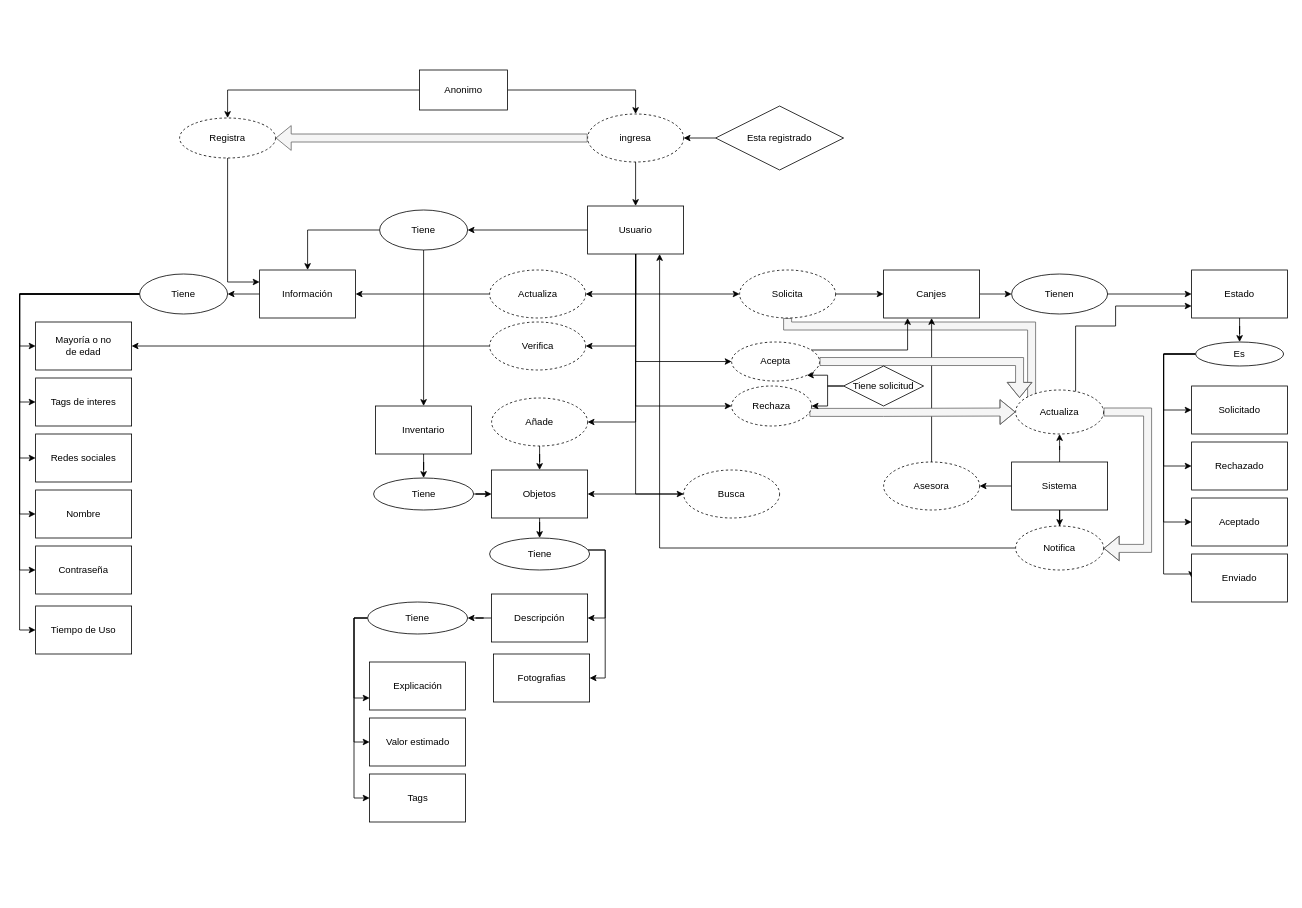
Before: Mapa-preconceptual.drawio in PabloRestrepo01/GreenLace, a draw.io diagram. Source tidied: cells renumbered, new cells numbered last; positions are measured from the earlier drawing's top-left corner, leaving out a move shared by most shapes. Both pictures are drawn from the tidied source at 80%, with x=0, y=0 at pixel (35, 70).
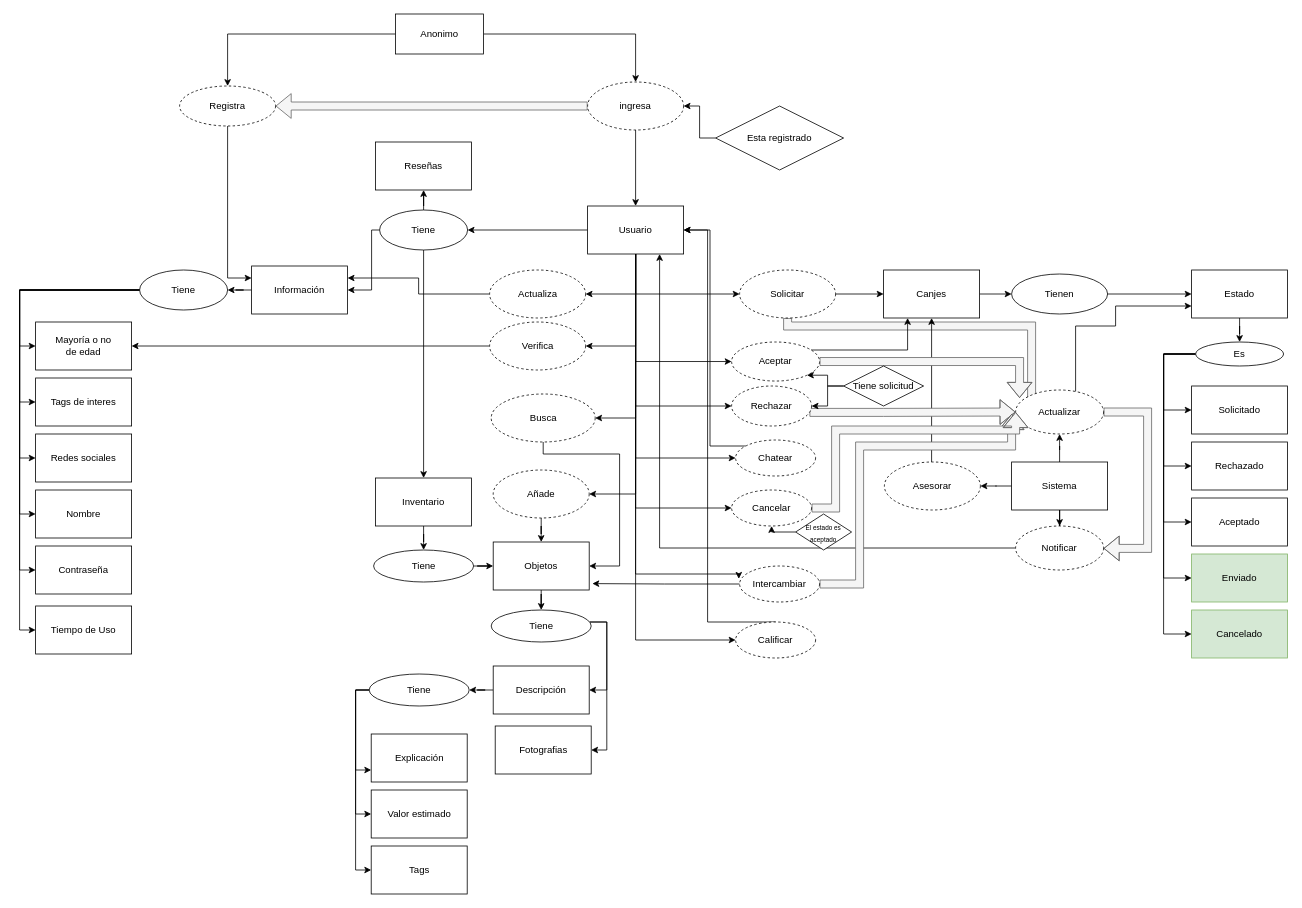
The same page after the edit.

The change refers to these unchanged cells:
```xml
<mxCell id="10" value="Usuario" style="rounded=0;whiteSpace=wrap;html=1;" parent="1" vertex="1">
  <mxGeometry x="690" y="170" width="120" height="60" as="geometry" />
</mxCell>
<mxCell id="17" value="Tiene" style="ellipse;whiteSpace=wrap;html=1;" parent="1" vertex="1">
  <mxGeometry x="430" y="175" width="110" height="50" as="geometry" />
</mxCell>
<mxCell id="27" value="Actualiza" style="ellipse;html=1;whiteSpace=wrap;dashed=1;" parent="1" vertex="1">
  <mxGeometry x="567.5" y="250" width="120" height="60" as="geometry" />
</mxCell>
<mxCell id="79" value="Es" style="ellipse;whiteSpace=wrap;html=1;" parent="1" vertex="1">
  <mxGeometry x="1450" y="340" width="110" height="30" as="geometry" />
</mxCell>
<mxCell id="81" value="Rechazado" style="whiteSpace=wrap;html=1;" parent="1" vertex="1">
  <mxGeometry x="1445" y="465" width="120" height="60" as="geometry" />
</mxCell>
```

What changed in the source:
```diff
@@
-    <mxCell id="6" style="edgeStyle=orthogonalEdgeStyle;rounded=0;jettySize=auto;html=1;entryX=0;entryY=0.5;entryDx=0;entryDy=0;" parent="1" edge="1" source="10" target="65">
-      <mxGeometry relative="1" as="geometry" />
-    </mxCell>
@@
+    <mxCell id="6" style="edgeStyle=orthogonalEdgeStyle;rounded=0;jettySize=auto;html=1;entryX=1;entryY=0.5;entryDx=0;entryDy=0;" parent="1" edge="1" source="10" target="65">
+      <mxGeometry relative="1" as="geometry" />
+    </mxCell>
+    <mxCell id="103" style="edgeStyle=orthogonalEdgeStyle;rounded=0;jettySize=auto;html=1;entryX=0;entryY=0.5;entryDx=0;entryDy=0;" parent="1" edge="1" source="10" target="111">
+      <mxGeometry relative="1" as="geometry">
+        <Array as="points">
+          <mxPoint x="750" y="485" />
+        </Array>
+      </mxGeometry>
+    </mxCell>
+    <mxCell id="104" style="edgeStyle=orthogonalEdgeStyle;rounded=0;jettySize=auto;html=1;entryX=0;entryY=0.5;entryDx=0;entryDy=0;" parent="1" edge="1" source="10" target="116">
+      <mxGeometry relative="1" as="geometry">
+        <Array as="points">
+          <mxPoint x="750" y="713" />
+        </Array>
+      </mxGeometry>
+    </mxCell>
+    <mxCell id="105" style="edgeStyle=orthogonalEdgeStyle;rounded=0;jettySize=auto;html=1;entryX=-0.01;entryY=0.356;entryDx=0;entryDy=0;entryPerimeter=0;" parent="1" edge="1" source="10" target="114">
+      <mxGeometry relative="1" as="geometry">
+        <Array as="points">
+          <mxPoint x="750" y="630" />
+          <mxPoint x="879" y="630" />
+        </Array>
+      </mxGeometry>
+    </mxCell>
+    <mxCell id="106" style="edgeStyle=orthogonalEdgeStyle;rounded=0;jettySize=auto;html=1;entryX=0;entryY=0.5;entryDx=0;entryDy=0;" parent="1" edge="1" source="10" target="120">
+      <mxGeometry relative="1" as="geometry">
+        <Array as="points">
+          <mxPoint x="750" y="548" />
+        </Array>
+      </mxGeometry>
+    </mxCell>
@@
     <mxCell id="12" value="Registra" style="ellipse;html=1;whiteSpace=wrap;dashed=1;" parent="1" vertex="1">
-      <mxGeometry x="180" y="60" width="120" height="50" as="geometry" />
+      <mxGeometry x="180" y="20" width="120" height="50" as="geometry" />
     </mxCell>
@@
+    <mxCell id="16" style="edgeStyle=orthogonalEdgeStyle;rounded=0;jettySize=auto;html=1;" parent="1" edge="1" source="17" target="48">
+      <mxGeometry relative="1" as="geometry" />
+    </mxCell>
-    <mxCell id="15" style="edgeStyle=orthogonalEdgeStyle;rounded=0;jettySize=auto;html=1;entryX=0.5;entryY=0;entryDx=0;entryDy=0;" parent="1" edge="1" source="17" target="19">
-      <mxGeometry relative="1" as="geometry" />
+    <mxCell id="15" style="edgeStyle=orthogonalEdgeStyle;rounded=0;jettySize=auto;html=1;entryX=1;entryY=0.5;entryDx=0;entryDy=0;" parent="1" edge="1" source="17" target="19">
+      <mxGeometry relative="1" as="geometry">
+        <Array as="points">
+          <mxPoint x="420" y="200" />
+          <mxPoint x="420" y="275" />
+        </Array>
+      </mxGeometry>
     </mxCell>
-    <mxCell id="16" style="edgeStyle=orthogonalEdgeStyle;rounded=0;jettySize=auto;html=1;" parent="1" edge="1" source="17" target="48">
-      <mxGeometry relative="1" as="geometry" />
-    </mxCell>
+    <mxCell id="107" style="edgeStyle=orthogonalEdgeStyle;rounded=0;jettySize=auto;html=1;" parent="1" edge="1" source="17" target="117">
+      <mxGeometry relative="1" as="geometry" />
+    </mxCell>
@@
     <mxCell id="19" value="Información" style="rounded=0;whiteSpace=wrap;html=1;" parent="1" vertex="1">
-      <mxGeometry x="280" y="250" width="120" height="60" as="geometry" />
+      <mxGeometry x="270" y="245" width="120" height="60" as="geometry" />
     </mxCell>
@@
     <mxCell id="25" value="Tiene" style="ellipse;whiteSpace=wrap;html=1;" parent="1" vertex="1">
-      <mxGeometry x="130" y="255" width="110" height="50" as="geometry" />
+      <mxGeometry x="130" y="250" width="110" height="50" as="geometry" />
     </mxCell>
-    <mxCell id="26" style="edgeStyle=orthogonalEdgeStyle;rounded=0;jettySize=auto;html=1;entryX=1;entryY=0.5;entryDx=0;entryDy=0;" parent="1" edge="1" source="27" target="19">
+    <mxCell id="26" style="edgeStyle=orthogonalEdgeStyle;rounded=0;jettySize=auto;html=1;entryX=1;entryY=0.25;entryDx=0;entryDy=0;" parent="1" edge="1" source="27" target="19">
       <mxGeometry relative="1" as="geometry" />
     </mxCell>
@@
     <mxCell id="30" value="Anonimo" style="whiteSpace=wrap;html=1;" parent="1" vertex="1">
-      <mxGeometry x="480" width="110" height="50" as="geometry" />
+      <mxGeometry x="450" y="-70" width="110" height="50" as="geometry" />
     </mxCell>
@@
     <mxCell id="33" value="ingresa" style="ellipse;html=1;whiteSpace=wrap;dashed=1;" parent="1" vertex="1">
-      <mxGeometry x="690" y="55" width="120" height="60" as="geometry" />
+      <mxGeometry x="690" y="15" width="120" height="60" as="geometry" />
     </mxCell>
@@
     <mxCell id="44" value="Añade" style="ellipse;html=1;whiteSpace=wrap;dashed=1;" parent="1" vertex="1">
-      <mxGeometry x="570" y="410" width="120" height="60" as="geometry" />
+      <mxGeometry x="572" y="500" width="120" height="60" as="geometry" />
     </mxCell>
@@
     <mxCell id="46" value="Objetos" style="whiteSpace=wrap;html=1;" parent="1" vertex="1">
-      <mxGeometry x="570" y="500" width="120" height="60" as="geometry" />
+      <mxGeometry x="572" y="590" width="120" height="60" as="geometry" />
     </mxCell>
@@
     <mxCell id="48" value="Inventario" style="whiteSpace=wrap;html=1;" parent="1" vertex="1">
-      <mxGeometry x="425" y="420" width="120" height="60" as="geometry" />
+      <mxGeometry x="425" y="510" width="120" height="60" as="geometry" />
     </mxCell>
@@
     <mxCell id="50" value="Tiene" style="ellipse;whiteSpace=wrap;html=1;" parent="1" vertex="1">
-      <mxGeometry x="422.5" y="510" width="125" height="40" as="geometry" />
+      <mxGeometry x="422.5" y="600" width="125" height="40" as="geometry" />
     </mxCell>
     <mxCell id="51" style="edgeStyle=orthogonalEdgeStyle;rounded=0;jettySize=auto;html=1;entryX=1;entryY=0.5;entryDx=0;entryDy=0;" parent="1" edge="1" source="53" target="55">
       <mxGeometry relative="1" as="geometry">
         <Array as="points">
-          <mxPoint x="712" y="600" />
-          <mxPoint x="712" y="685" />
+          <mxPoint x="714" y="690" />
+          <mxPoint x="714" y="775" />
         </Array>
       </mxGeometry>
     </mxCell>
     <mxCell id="52" style="edgeStyle=orthogonalEdgeStyle;rounded=0;jettySize=auto;html=1;entryX=1;entryY=0.5;entryDx=0;entryDy=0;" parent="1" edge="1" source="53" target="56">
       <mxGeometry relative="1" as="geometry">
         <Array as="points">
-          <mxPoint x="712" y="600" />
-          <mxPoint x="712" y="760" />
+          <mxPoint x="714" y="690" />
+          <mxPoint x="714" y="850" />
         </Array>
       </mxGeometry>
     </mxCell>
     <mxCell id="53" value="Tiene" style="ellipse;whiteSpace=wrap;html=1;" parent="1" vertex="1">
-      <mxGeometry x="567.5" y="585" width="125" height="40" as="geometry" />
+      <mxGeometry x="569.5" y="675" width="125" height="40" as="geometry" />
     </mxCell>
@@
     <mxCell id="55" value="Descripción" style="whiteSpace=wrap;html=1;" parent="1" vertex="1">
-      <mxGeometry x="570" y="655" width="120" height="60" as="geometry" />
+      <mxGeometry x="572" y="745" width="120" height="60" as="geometry" />
     </mxCell>
     <mxCell id="56" value="Fotografias" style="whiteSpace=wrap;html=1;" parent="1" vertex="1">
-      <mxGeometry x="572.5" y="730" width="120" height="60" as="geometry" />
+      <mxGeometry x="574.5" y="820" width="120" height="60" as="geometry" />
     </mxCell>
     <mxCell id="57" value="Explicación" style="whiteSpace=wrap;html=1;" parent="1" vertex="1">
-      <mxGeometry x="417.5" y="740" width="120" height="60" as="geometry" />
+      <mxGeometry x="419.5" y="830" width="120" height="60" as="geometry" />
     </mxCell>
     <mxCell id="58" style="edgeStyle=orthogonalEdgeStyle;rounded=0;jettySize=auto;html=1;entryX=0;entryY=0.75;entryDx=0;entryDy=0;" parent="1" edge="1" source="61" target="57">
       <mxGeometry relative="1" as="geometry">
         <Array as="points">
-          <mxPoint x="398" y="685" />
-          <mxPoint x="398" y="785" />
+          <mxPoint x="400" y="775" />
+          <mxPoint x="400" y="875" />
         </Array>
       </mxGeometry>
     </mxCell>
     <mxCell id="59" style="edgeStyle=orthogonalEdgeStyle;rounded=0;jettySize=auto;html=1;entryX=0;entryY=0.5;entryDx=0;entryDy=0;" parent="1" edge="1" source="61" target="62">
       <mxGeometry relative="1" as="geometry">
         <Array as="points">
-          <mxPoint x="398" y="685" />
-          <mxPoint x="398" y="840" />
+          <mxPoint x="400" y="775" />
+          <mxPoint x="400" y="930" />
         </Array>
       </mxGeometry>
     </mxCell>
     <mxCell id="60" style="edgeStyle=orthogonalEdgeStyle;rounded=0;jettySize=auto;html=1;entryX=0;entryY=0.5;entryDx=0;entryDy=0;" parent="1" edge="1" source="61" target="63">
       <mxGeometry relative="1" as="geometry">
         <Array as="points">
-          <mxPoint x="398" y="685" />
-          <mxPoint x="398" y="910" />
+          <mxPoint x="400" y="775" />
+          <mxPoint x="400" y="1000" />
         </Array>
       </mxGeometry>
     </mxCell>
     <mxCell id="61" value="Tiene" style="ellipse;whiteSpace=wrap;html=1;" parent="1" vertex="1">
-      <mxGeometry x="415" y="665" width="125" height="40" as="geometry" />
+      <mxGeometry x="417" y="755" width="125" height="40" as="geometry" />
     </mxCell>
     <mxCell id="62" value="Valor estimado" style="whiteSpace=wrap;html=1;" parent="1" vertex="1">
-      <mxGeometry x="417.5" y="810" width="120" height="60" as="geometry" />
+      <mxGeometry x="419.5" y="900" width="120" height="60" as="geometry" />
     </mxCell>
     <mxCell id="63" value="Tags" style="whiteSpace=wrap;html=1;" parent="1" vertex="1">
-      <mxGeometry x="417.5" y="880" width="120" height="60" as="geometry" />
+      <mxGeometry x="419.5" y="970" width="120" height="60" as="geometry" />
     </mxCell>
-    <mxCell id="64" style="edgeStyle=orthogonalEdgeStyle;rounded=0;jettySize=auto;html=1;" parent="1" edge="1" source="65">
-      <mxGeometry relative="1" as="geometry">
-        <mxPoint x="690" y="530" as="targetPoint" />
-        <Array as="points">
-          <mxPoint x="870" y="530" />
-          <mxPoint x="690" y="530" />
-        </Array>
-      </mxGeometry>
-    </mxCell>
+    <mxCell id="108" style="edgeStyle=orthogonalEdgeStyle;rounded=0;jettySize=auto;html=1;entryX=1;entryY=0.5;entryDx=0;entryDy=0;" parent="1" edge="1" source="65" target="46">
+      <mxGeometry relative="1" as="geometry">
+        <Array as="points">
+          <mxPoint x="635" y="480" />
+          <mxPoint x="730" y="480" />
+          <mxPoint x="730" y="620" />
+        </Array>
+      </mxGeometry>
+    </mxCell>
     <mxCell id="65" value="Busca" style="ellipse;html=1;whiteSpace=wrap;dashed=1;" parent="1" vertex="1">
-      <mxGeometry x="810" y="500" width="120" height="60" as="geometry" />
+      <mxGeometry x="569.5" y="405" width="130" height="60" as="geometry" />
     </mxCell>
@@
-    <mxCell id="68" value="Solicita" style="ellipse;html=1;whiteSpace=wrap;dashed=1;" parent="1" vertex="1">
+    <mxCell id="68" value="Solicitar" style="ellipse;html=1;whiteSpace=wrap;dashed=1;" parent="1" vertex="1">
       <mxGeometry x="880" y="250" width="120" height="60" as="geometry" />
     </mxCell>
@@
+    <mxCell id="78" style="edgeStyle=orthogonalEdgeStyle;rounded=0;jettySize=auto;html=1;entryX=0;entryY=0.5;entryDx=0;entryDy=0;" parent="1" edge="1" source="79" target="81">
+      <mxGeometry relative="1" as="geometry">
+        <Array as="points">
+          <mxPoint x="1410" y="355" />
+          <mxPoint x="1410" y="495" />
+        </Array>
+      </mxGeometry>
+    </mxCell>
+    <mxCell id="109" style="edgeStyle=orthogonalEdgeStyle;rounded=0;jettySize=auto;html=1;entryX=0;entryY=0.5;entryDx=0;entryDy=0;" parent="1" edge="1" source="79" target="118">
+      <mxGeometry relative="1" as="geometry">
+        <Array as="points">
+          <mxPoint x="1410" y="355" />
+          <mxPoint x="1410" y="705" />
+        </Array>
+      </mxGeometry>
+    </mxCell>
     <mxCell id="77" style="edgeStyle=orthogonalEdgeStyle;rounded=0;jettySize=auto;html=1;entryX=0;entryY=0.5;entryDx=0;entryDy=0;" parent="1" edge="1" source="79" target="83">
       <mxGeometry relative="1" as="geometry">
         <Array as="points">
           <mxPoint x="1410" y="355" />
-          <mxPoint x="1410" y="630" />
-          <mxPoint x="1445" y="630" />
+          <mxPoint x="1410" y="635" />
         </Array>
       </mxGeometry>
     </mxCell>
-    <mxCell id="78" style="edgeStyle=orthogonalEdgeStyle;rounded=0;jettySize=auto;html=1;entryX=0;entryY=0.5;entryDx=0;entryDy=0;" parent="1" edge="1" source="79" target="81">
-      <mxGeometry relative="1" as="geometry">
-        <Array as="points">
-          <mxPoint x="1410" y="355" />
-          <mxPoint x="1410" y="495" />
-        </Array>
-      </mxGeometry>
-    </mxCell>
@@
-    <mxCell id="83" value="Enviado" style="whiteSpace=wrap;html=1;" parent="1" vertex="1">
+    <mxCell id="83" value="Enviado" style="whiteSpace=wrap;html=1;fillColor=#d5e8d4;strokeColor=#82b366;" parent="1" vertex="1">
       <mxGeometry x="1445" y="605" width="120" height="60" as="geometry" />
     </mxCell>
@@
-    <mxCell id="89" value="Asesora" style="ellipse;html=1;whiteSpace=wrap;dashed=1;" parent="1" vertex="1">
-      <mxGeometry x="1060" y="490" width="120" height="60" as="geometry" />
+    <mxCell id="89" value="Asesorar" style="ellipse;html=1;whiteSpace=wrap;dashed=1;" parent="1" vertex="1">
+      <mxGeometry x="1061" y="490" width="120" height="60" as="geometry" />
     </mxCell>
@@
-    <mxCell id="92" value="Actualiza" style="ellipse;html=1;whiteSpace=wrap;dashed=1;" parent="1" vertex="1">
+    <mxCell id="92" value="Actualizar" style="ellipse;html=1;whiteSpace=wrap;dashed=1;" parent="1" vertex="1">
       <mxGeometry x="1225" y="400" width="110" height="55" as="geometry" />
     </mxCell>
@@
-    <mxCell id="96" value="Acepta" style="ellipse;html=1;whiteSpace=wrap;dashed=1;" parent="1" vertex="1">
+    <mxCell id="96" value="Aceptar" style="ellipse;html=1;whiteSpace=wrap;dashed=1;" parent="1" vertex="1">
       <mxGeometry x="870" y="340" width="110" height="48.8" as="geometry" />
     </mxCell>
@@
-    <mxCell id="101" value="Notifica" style="ellipse;html=1;whiteSpace=wrap;dashed=1;" parent="1" vertex="1">
+    <mxCell id="101" value="Notificar" style="ellipse;html=1;whiteSpace=wrap;dashed=1;" parent="1" vertex="1">
       <mxGeometry x="1225" y="570" width="110" height="55" as="geometry" />
     </mxCell>
-    <mxCell id="102" value="Rechaza" style="ellipse;html=1;whiteSpace=wrap;dashed=1;" parent="1" vertex="1">
+    <mxCell id="102" value="Rechazar" style="ellipse;html=1;whiteSpace=wrap;dashed=1;" parent="1" vertex="1">
       <mxGeometry x="870" y="395" width="100" height="50" as="geometry" />
     </mxCell>
+    <mxCell id="110" style="edgeStyle=orthogonalEdgeStyle;rounded=0;jettySize=auto;html=1;entryX=1;entryY=0.5;entryDx=0;entryDy=0;" parent="1" edge="1" source="111" target="10">
+      <mxGeometry relative="1" as="geometry">
+        <Array as="points">
+          <mxPoint x="843" y="470" />
+          <mxPoint x="843" y="200" />
+        </Array>
+      </mxGeometry>
+    </mxCell>
+    <mxCell id="111" value="Chatear" style="ellipse;html=1;whiteSpace=wrap;dashed=1;" parent="1" vertex="1">
+      <mxGeometry x="875" y="462.5" width="100" height="45" as="geometry" />
+    </mxCell>
+    <mxCell id="112" style="edgeStyle=orthogonalEdgeStyle;rounded=0;jettySize=auto;html=1;shape=flexArrow;fillColor=#f5f5f5;strokeColor=#666666;" parent="1" edge="1" source="114">
+      <mxGeometry relative="1" as="geometry">
+        <mxPoint x="1220" y="430" as="targetPoint" />
+        <Array as="points">
+          <mxPoint x="1030" y="643" />
+          <mxPoint x="1030" y="470" />
+          <mxPoint x="1220" y="470" />
+        </Array>
+      </mxGeometry>
+    </mxCell>
+    <mxCell id="113" style="edgeStyle=orthogonalEdgeStyle;rounded=0;jettySize=auto;html=1;entryX=1.033;entryY=0.867;entryDx=0;entryDy=0;entryPerimeter=0;" parent="1" edge="1" source="114" target="46">
+      <mxGeometry relative="1" as="geometry" />
+    </mxCell>
+    <mxCell id="114" value="Intercambiar" style="ellipse;html=1;whiteSpace=wrap;dashed=1;" parent="1" vertex="1">
+      <mxGeometry x="880" y="620" width="100" height="45" as="geometry" />
+    </mxCell>
+    <mxCell id="115" style="edgeStyle=orthogonalEdgeStyle;rounded=0;jettySize=auto;html=1;entryX=1;entryY=0.5;entryDx=0;entryDy=0;" parent="1" edge="1" source="116" target="10">
+      <mxGeometry relative="1" as="geometry">
+        <Array as="points">
+          <mxPoint x="840" y="690" />
+          <mxPoint x="840" y="200" />
+        </Array>
+      </mxGeometry>
+    </mxCell>
+    <mxCell id="116" value="Calificar" style="ellipse;html=1;whiteSpace=wrap;dashed=1;" parent="1" vertex="1">
+      <mxGeometry x="875" y="690" width="100" height="45" as="geometry" />
+    </mxCell>
+    <mxCell id="117" value="Reseñas" style="whiteSpace=wrap;html=1;" parent="1" vertex="1">
+      <mxGeometry x="425" y="90" width="120" height="60" as="geometry" />
+    </mxCell>
+    <mxCell id="118" value="Cancelado" style="whiteSpace=wrap;html=1;fillColor=#d5e8d4;strokeColor=#82b366;" parent="1" vertex="1">
+      <mxGeometry x="1445" y="675" width="120" height="60" as="geometry" />
+    </mxCell>
+    <mxCell id="119" style="edgeStyle=orthogonalEdgeStyle;rounded=0;jettySize=auto;html=1;entryX=0;entryY=0.5;entryDx=0;entryDy=0;shape=flexArrow;fillColor=#f5f5f5;strokeColor=#666666;" parent="1" edge="1" source="120" target="92">
+      <mxGeometry relative="1" as="geometry">
+        <Array as="points">
+          <mxPoint x="1000" y="548" />
+          <mxPoint x="1000" y="450" />
+          <mxPoint x="1225" y="450" />
+        </Array>
+      </mxGeometry>
+    </mxCell>
+    <mxCell id="120" value="Cancelar" style="ellipse;html=1;whiteSpace=wrap;dashed=1;" parent="1" vertex="1">
+      <mxGeometry x="870" y="525" width="100" height="45" as="geometry" />
+    </mxCell>
+    <mxCell id="121" style="edgeStyle=orthogonalEdgeStyle;rounded=0;jettySize=auto;html=1;entryX=0.5;entryY=1;entryDx=0;entryDy=0;" parent="1" edge="1" source="122" target="120">
+      <mxGeometry relative="1" as="geometry">
+        <Array as="points">
+          <mxPoint x="920" y="578" />
+        </Array>
+      </mxGeometry>
+    </mxCell>
+    <mxCell id="122" value="&lt;font style=&quot;font-size: 8px&quot;&gt;El estado es aceptado&lt;/font&gt;" style="rhombus;whiteSpace=wrap;html=1;" parent="1" vertex="1">
+      <mxGeometry x="950" y="555" width="70" height="45" as="geometry" />
+    </mxCell>
```
